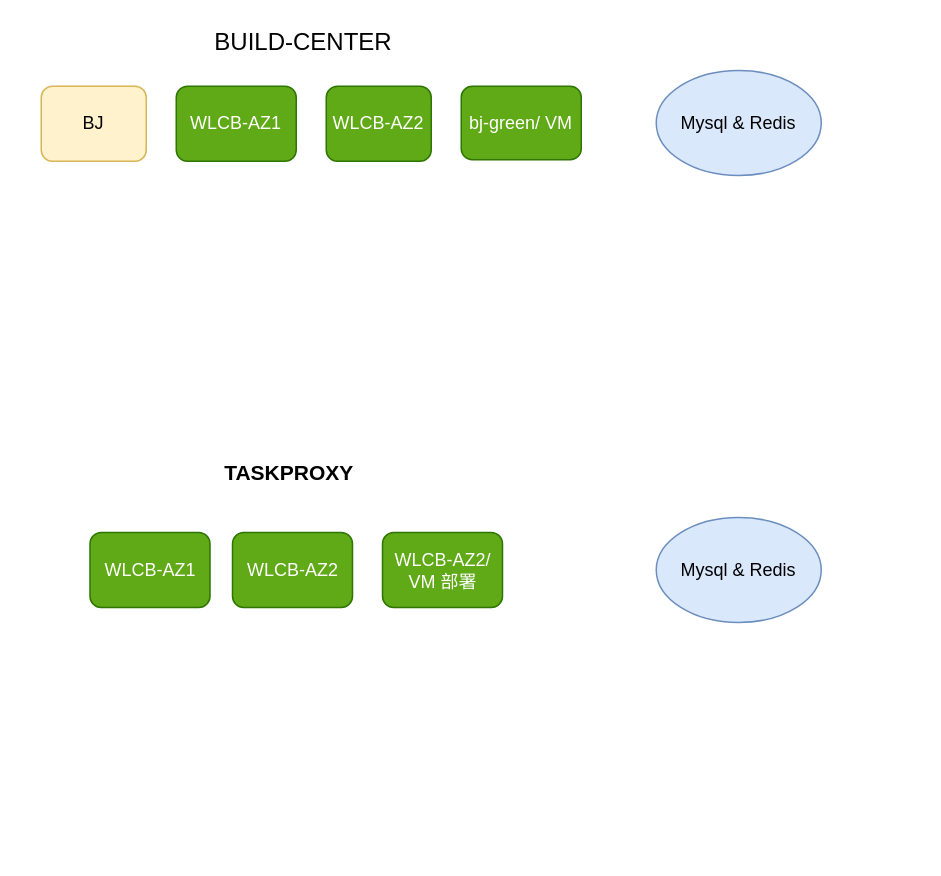
Above: 部署图.drawio in atings/study (draw.io), before the change. Source tidied: cells renumbered, new cells numbered last; positions are measured from the earlier drawing's top-left corner, leaving out a move shared by most shapes. Both pictures are drawn from the tidied source at 150%, with x=0, y=0 at pixel (40, 26).
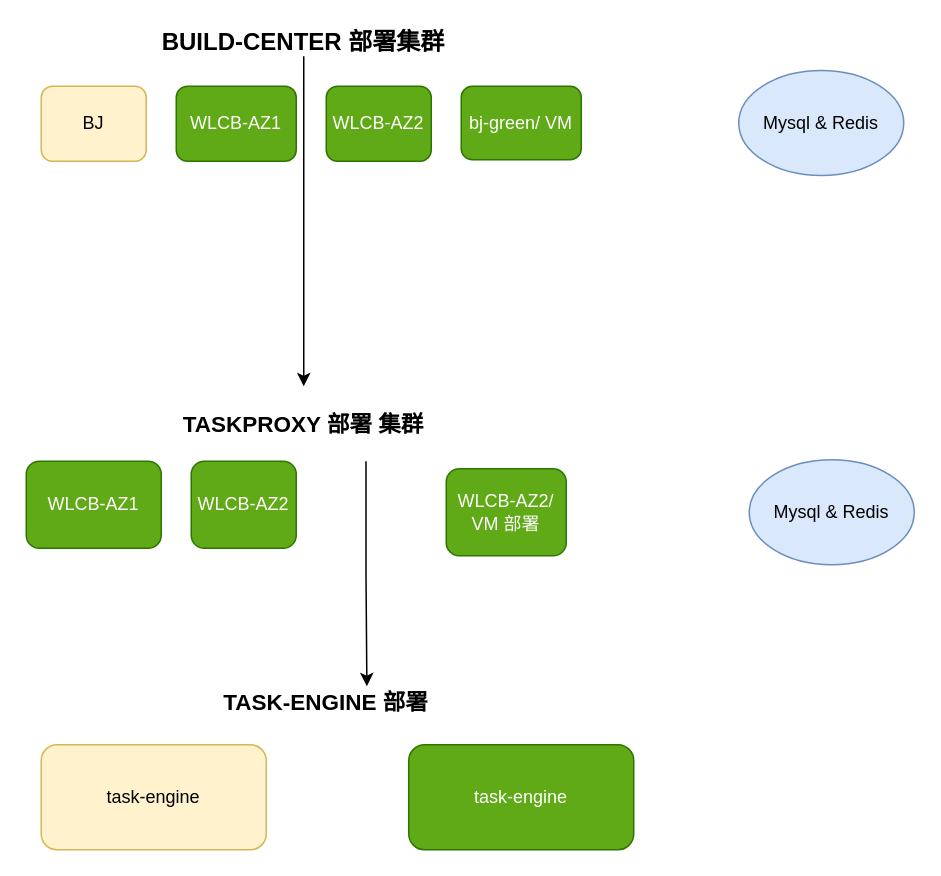
Above is the later version.

Diff of the diagram source:
```diff
@@
 <mxGraphModel>
   <root>
     <mxCell id="0" />
     <mxCell id="1" parent="0" />
     <mxCell id="2" value="BJ" style="rounded=1;whiteSpace=wrap;html=1;fillColor=#fff2cc;strokeColor=#d6b656;" parent="1" vertex="1">
       <mxGeometry y="40" width="70" height="50" as="geometry" />
     </mxCell>
+    <mxCell id="13" style="edgeStyle=orthogonalEdgeStyle;rounded=0;jettySize=auto;html=1;exitX=0.5;exitY=1;exitDx=0;exitDy=0;" parent="1" edge="1" source="3" target="7">
+      <mxGeometry relative="1" as="geometry" />
+    </mxCell>
-    <mxCell id="3" value="&lt;font style=&quot;font-size: 16px&quot;&gt;BUILD-CENTER&lt;/font&gt;" style="text;html=1;strokeColor=none;fillColor=none;align=center;verticalAlign=middle;whiteSpace=wrap;rounded=0;" parent="1" vertex="1">
+    <mxCell id="3" value="&lt;font style=&quot;font-size: 16px&quot;&gt;&lt;b&gt;BUILD-CENTER 部署集群&lt;/b&gt;&lt;/font&gt;" style="text;html=1;strokeColor=none;fillColor=none;align=center;verticalAlign=middle;whiteSpace=wrap;rounded=0;" parent="1" vertex="1">
       <mxGeometry x="50" width="250" height="20" as="geometry" />
     </mxCell>
     <mxCell id="4" value="WLCB-AZ1" style="rounded=1;whiteSpace=wrap;html=1;fillColor=#60a917;strokeColor=#2D7600;fontColor=#ffffff;" parent="1" vertex="1">
       <mxGeometry x="90" y="40" width="80" height="50" as="geometry" />
     </mxCell>
     <mxCell id="5" value="WLCB-AZ2" style="rounded=1;whiteSpace=wrap;html=1;fillColor=#60a917;strokeColor=#2D7600;fontColor=#ffffff;" parent="1" vertex="1">
       <mxGeometry x="190" y="40" width="70" height="50" as="geometry" />
     </mxCell>
     <mxCell id="6" value="bj-green/ VM" style="rounded=1;whiteSpace=wrap;html=1;fillColor=#60a917;strokeColor=#2D7600;fontColor=#ffffff;" parent="1" vertex="1">
       <mxGeometry x="280" y="40" width="80" height="49" as="geometry" />
     </mxCell>
+    <mxCell id="14" style="edgeStyle=orthogonalEdgeStyle;rounded=0;jettySize=auto;html=1;exitX=0.75;exitY=1;exitDx=0;exitDy=0;entryX=0.629;entryY=0;entryDx=0;entryDy=0;entryPerimeter=0;" parent="1" edge="1" source="7" target="17">
+      <mxGeometry relative="1" as="geometry" />
+    </mxCell>
-    <mxCell id="7" value="&lt;font style=&quot;font-size: 14px&quot;&gt;&lt;b&gt;TASKPROXY&lt;/b&gt;&lt;/font&gt;" style="text;html=1;strokeColor=none;fillColor=none;align=center;verticalAlign=middle;whiteSpace=wrap;rounded=0;" parent="1" vertex="1">
-      <mxGeometry x="107.5" y="272.5" width="115" height="50" as="geometry" />
+    <mxCell id="7" value="&lt;font size=&quot;1&quot;&gt;&lt;b style=&quot;font-size: 15px&quot;&gt;TASKPROXY 部署 集群&lt;/b&gt;&lt;/font&gt;" style="text;html=1;strokeColor=none;fillColor=none;align=center;verticalAlign=middle;whiteSpace=wrap;rounded=0;" parent="1" vertex="1">
+      <mxGeometry x="92" y="240" width="166" height="50" as="geometry" />
     </mxCell>
     <mxCell id="8" value="WLCB-AZ1" style="rounded=1;whiteSpace=wrap;html=1;fillColor=#60a917;strokeColor=#2D7600;fontColor=#ffffff;" parent="1" vertex="1">
-      <mxGeometry x="32.5" y="337.5" width="80" height="50" as="geometry" />
+      <mxGeometry x="-10" y="290" width="90" height="58" as="geometry" />
     </mxCell>
     <mxCell id="9" value="WLCB-AZ2" style="rounded=1;whiteSpace=wrap;html=1;fillColor=#60a917;strokeColor=#2D7600;fontColor=#ffffff;" parent="1" vertex="1">
-      <mxGeometry x="127.5" y="337.5" width="80" height="50" as="geometry" />
+      <mxGeometry x="100" y="290" width="70" height="58" as="geometry" />
     </mxCell>
     <mxCell id="10" value="WLCB-AZ2/ VM 部署" style="rounded=1;whiteSpace=wrap;html=1;fillColor=#60a917;strokeColor=#2D7600;fontColor=#ffffff;" parent="1" vertex="1">
-      <mxGeometry x="227.5" y="337.5" width="80" height="50" as="geometry" />
+      <mxGeometry x="270" y="295" width="80" height="58" as="geometry" />
     </mxCell>
     <mxCell id="11" value="Mysql &amp;amp; Redis" style="ellipse;whiteSpace=wrap;html=1;fillColor=#dae8fc;strokeColor=#6c8ebf;" parent="1" vertex="1">
-      <mxGeometry x="410" y="29.5" width="110" height="70" as="geometry" />
+      <mxGeometry x="465" y="29.5" width="110" height="70" as="geometry" />
     </mxCell>
     <mxCell id="12" value="Mysql &amp;amp; Redis" style="ellipse;whiteSpace=wrap;html=1;fillColor=#dae8fc;strokeColor=#6c8ebf;" parent="1" vertex="1">
-      <mxGeometry x="410" y="327.5" width="110" height="70" as="geometry" />
+      <mxGeometry x="472" y="289" width="110" height="70" as="geometry" />
     </mxCell>
+    <mxCell id="15" value="task-engine" style="rounded=1;whiteSpace=wrap;html=1;fillColor=#fff2cc;strokeColor=#d6b656;" parent="1" vertex="1">
+      <mxGeometry y="479" width="150" height="70" as="geometry" />
+    </mxCell>
+    <mxCell id="16" value="task-engine" style="rounded=1;whiteSpace=wrap;html=1;fillColor=#60a917;strokeColor=#2D7600;fontColor=#ffffff;" parent="1" vertex="1">
+      <mxGeometry x="245" y="479" width="150" height="70" as="geometry" />
+    </mxCell>
+    <mxCell id="17" value="&lt;b&gt;&lt;font style=&quot;font-size: 15px&quot;&gt;TASK-ENGINE 部署&lt;/font&gt;&lt;/b&gt;" style="text;html=1;strokeColor=none;fillColor=none;align=center;verticalAlign=middle;whiteSpace=wrap;rounded=0;dashed=1;" parent="1" vertex="1">
+      <mxGeometry x="85" y="440" width="210" height="20" as="geometry" />
+    </mxCell>
   </root>
 </mxGraphModel>
```
